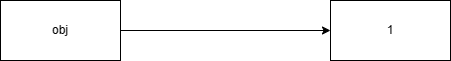
Earlier version of the draw.io export 未命名绘图.drawio.png (YichunLib/draw.io-lib). Source tidied: cells renumbered, new cells last; positions are measured from the earlier drawing's top-left corner, leaving out a move shared by most shapes. Its diagram source:
```xml
<mxGraphModel>
  <root>
    <mxCell id="0" />
    <mxCell id="1" parent="0" />
    <mxCell id="2" value="1" style="rounded=0;whiteSpace=wrap;html=1;" parent="1" vertex="1">
      <mxGeometry x="330" width="120" height="60" as="geometry" />
    </mxCell>
    <mxCell id="3" style="edgeStyle=orthogonalEdgeStyle;rounded=0;jettySize=auto;html=1;" parent="1" edge="1" source="4" target="2">
      <mxGeometry relative="1" as="geometry" />
    </mxCell>
    <mxCell id="4" value="obj" style="rounded=0;whiteSpace=wrap;html=1;" parent="1" vertex="1">
      <mxGeometry width="120" height="60" as="geometry" />
    </mxCell>
  </root>
</mxGraphModel>
```
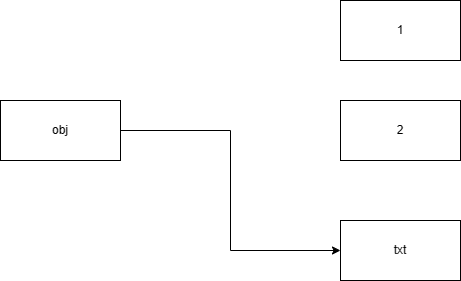
The same file after the commit.

Commit message:
更新未命名绘图.drawio.png

Diff of the diagram source:
```diff
@@ -5,11 +5,17 @@
     <mxCell id="2" value="1" style="rounded=0;whiteSpace=wrap;html=1;" parent="1" vertex="1">
       <mxGeometry x="330" width="120" height="60" as="geometry" />
     </mxCell>
-    <mxCell id="3" style="edgeStyle=orthogonalEdgeStyle;rounded=0;jettySize=auto;html=1;" parent="1" edge="1" source="4" target="2">
+    <mxCell id="3" style="edgeStyle=orthogonalEdgeStyle;rounded=0;jettySize=auto;html=1;entryX=0;entryY=0.5;entryDx=0;entryDy=0;" parent="1" edge="1" source="4" target="6">
       <mxGeometry relative="1" as="geometry" />
     </mxCell>
     <mxCell id="4" value="obj" style="rounded=0;whiteSpace=wrap;html=1;" parent="1" vertex="1">
-      <mxGeometry width="120" height="60" as="geometry" />
+      <mxGeometry x="-10" y="100" width="120" height="60" as="geometry" />
     </mxCell>
+    <mxCell id="5" value="2" style="rounded=0;whiteSpace=wrap;html=1;" parent="1" vertex="1">
+      <mxGeometry x="330" y="100" width="120" height="60" as="geometry" />
+    </mxCell>
+    <mxCell id="6" value="txt" style="rounded=0;whiteSpace=wrap;html=1;" parent="1" vertex="1">
+      <mxGeometry x="330" y="220" width="120" height="60" as="geometry" />
+    </mxCell>
   </root>
 </mxGraphModel>
```
